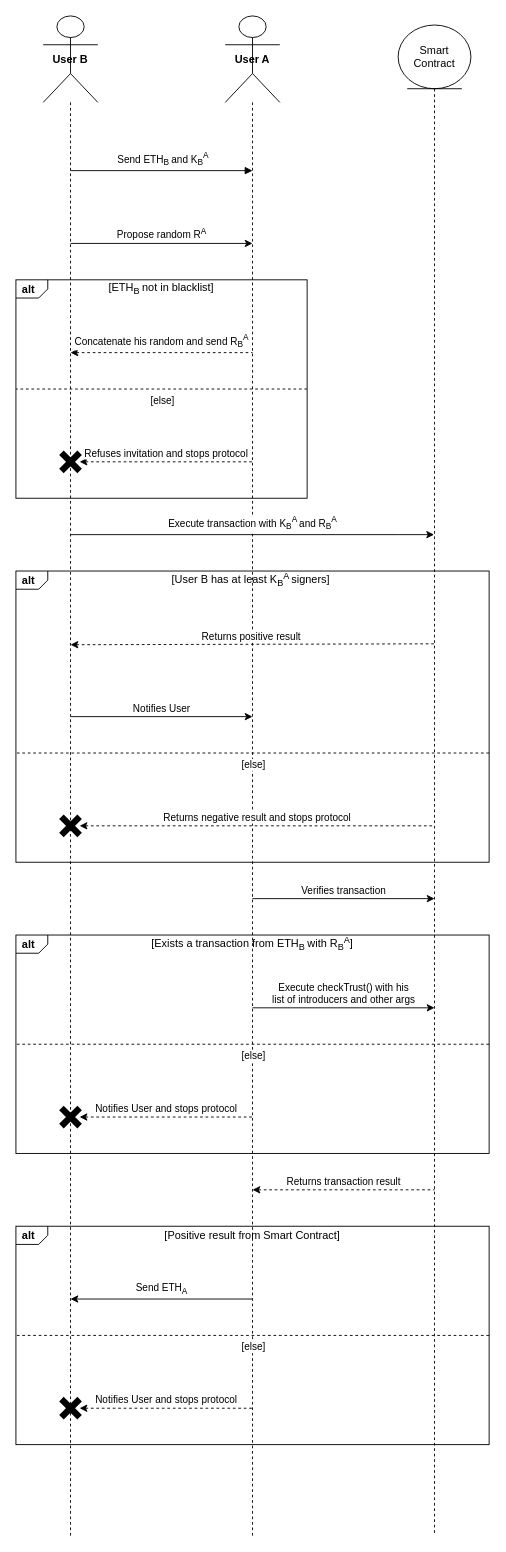
The draw.io diagram SequenceDiagram/Diagramma senza titolo.drawio in savernike/DiagramsSet, before the edit. Source tidied: cells renumbered, new cells numbered last; positions are measured from the earlier drawing's top-left corner, leaving out a move shared by most shapes. Both pictures are drawn from the tidied source at 91%, with x=0, y=0 at pixel (15, 15).
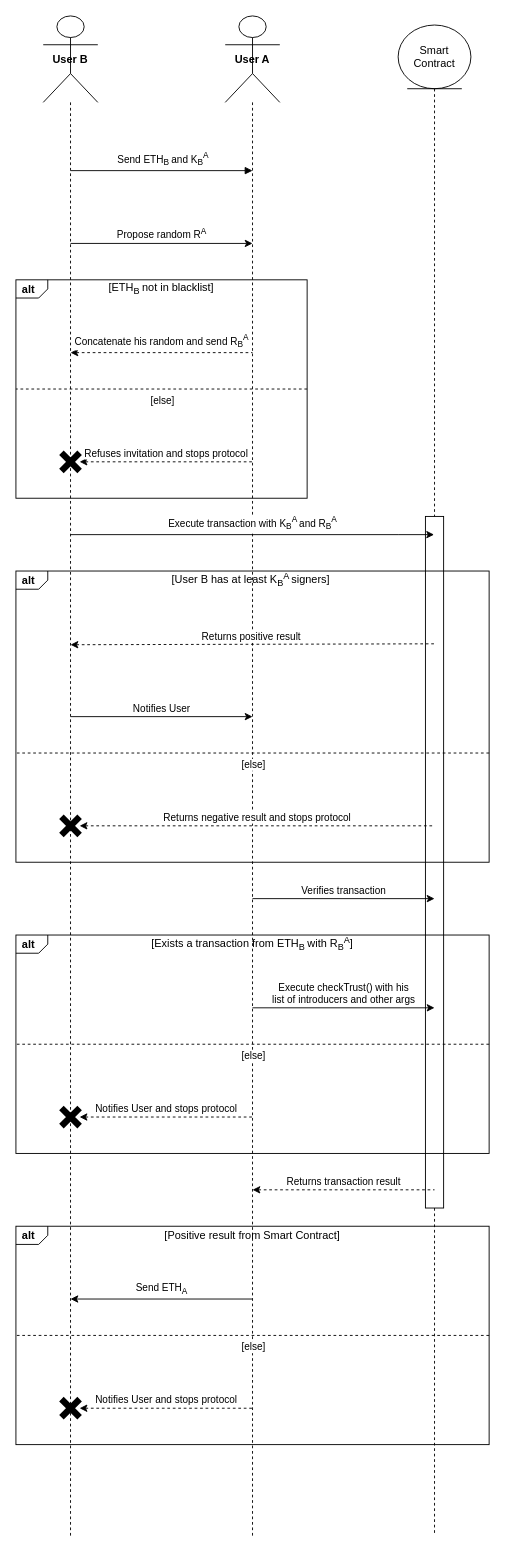
The same page after the edit.

Commit message:
Aggiunta Activation Bar

The change refers to these unchanged cells:
```xml
<mxCell id="4" value="Smart Contract" style="shape=umlLifeline;perimeter=lifelinePerimeter;whiteSpace=wrap;html=1;outlineConnect=0;portConstraint=eastwest;newEdgeStyle={&quot;curved&quot;:0,&quot;rounded&quot;:0};participant=umlEntity;size=70;" parent="1" vertex="1">
  <mxGeometry x="420" y="10" width="80" height="1660" as="geometry" />
</mxCell>
```

Change to the diagram source:
```diff
@@
+    <mxCell id="39" style="html=1;perimeter=orthogonalPerimeter;targetShapes=umlLifeline;newEdgeStyle={&quot;curved&quot;:0,&quot;rounded&quot;:0};" parent="4" vertex="1">
+      <mxGeometry x="30" y="540" width="20" height="760" as="geometry" />
+    </mxCell>
```
